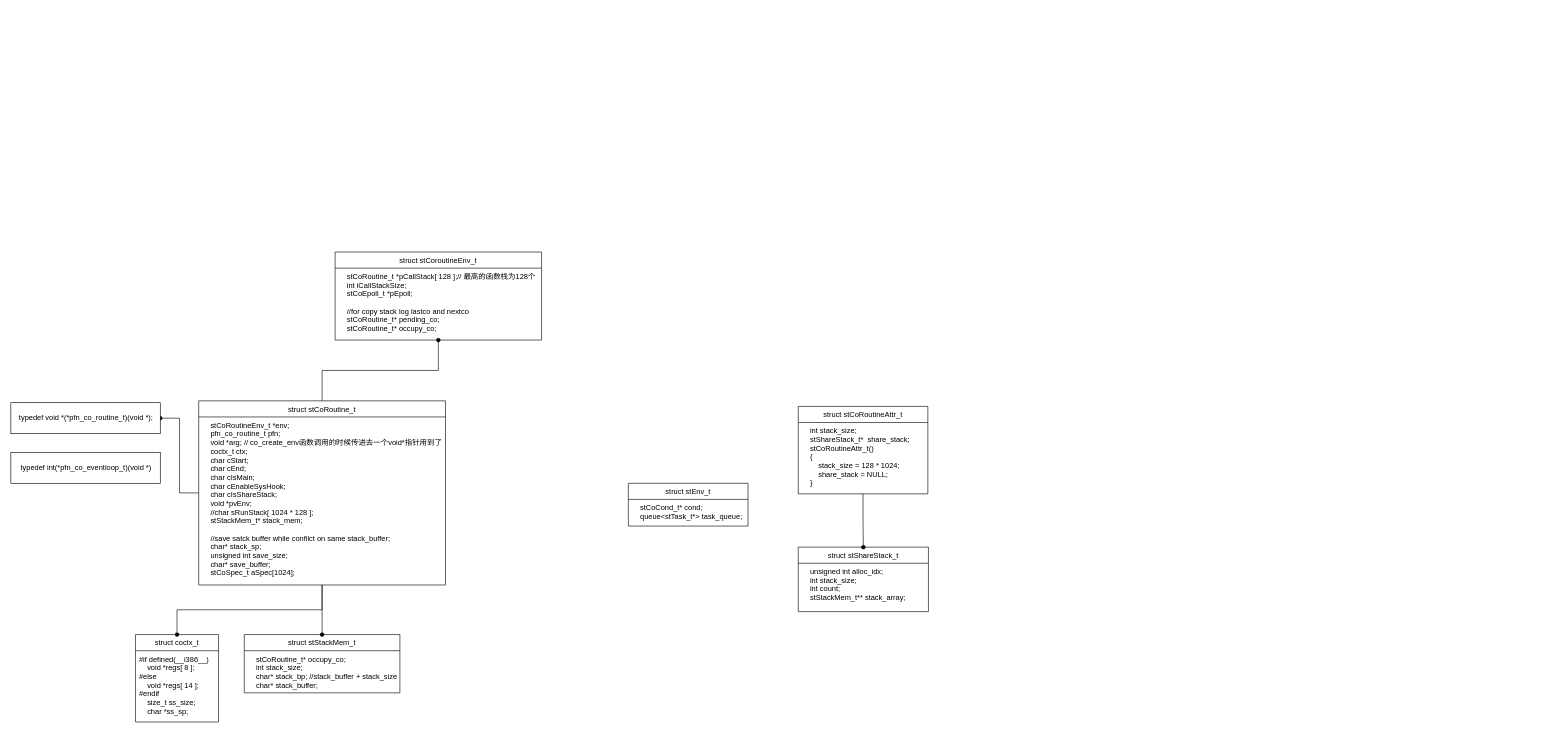
Above: _drawio/libco.drawio in tangjiahua/tangjiahua.github.io (draw.io), before the change. Source tidied: cells renumbered, new cells numbered last; positions are measured from the earlier drawing's top-left corner, leaving out a move shared by most shapes. Both pictures are drawn from the tidied source at 62%, with x=0, y=0 at pixel (11, 252).
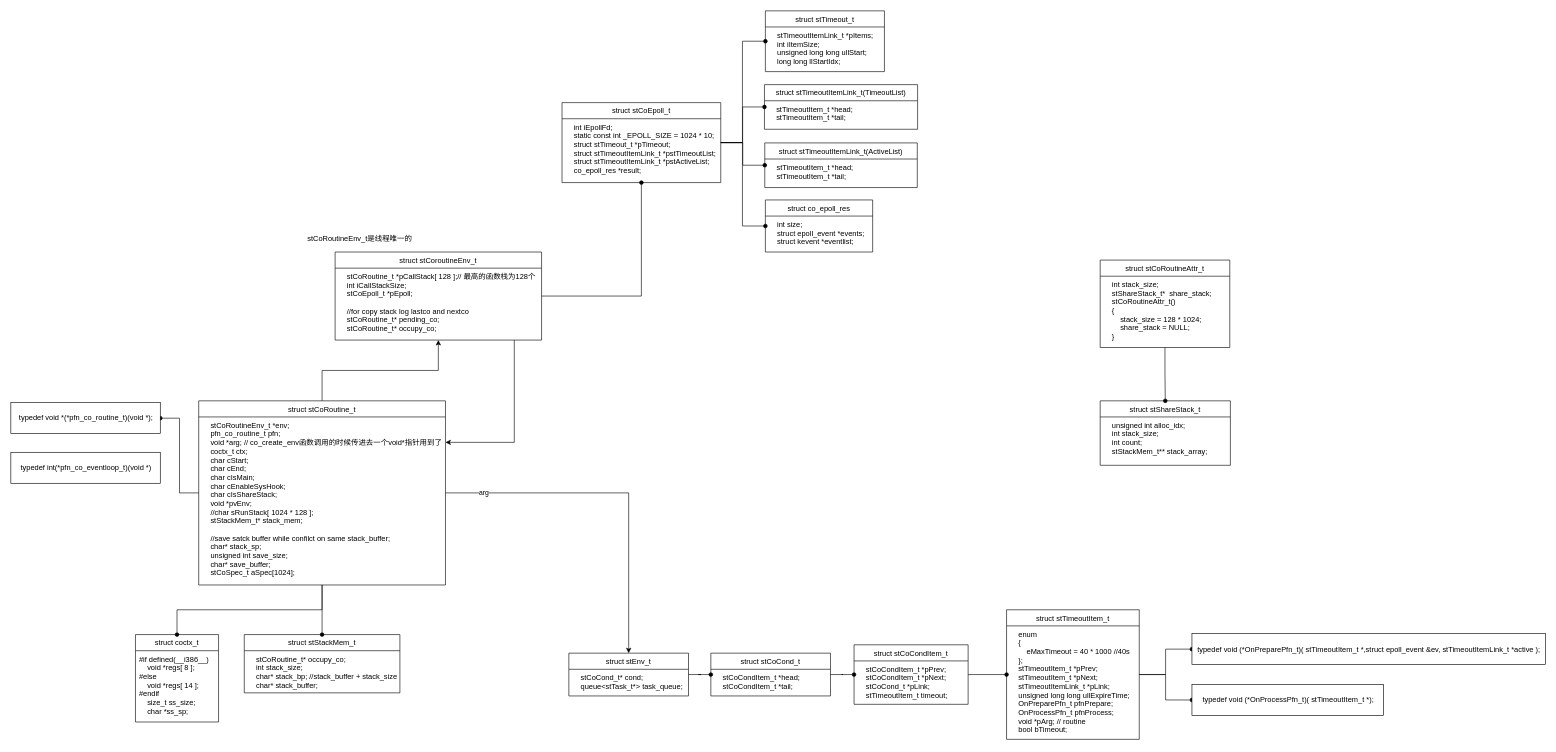
Above is the later version.

Unchanged cells that the change refers to:
```xml
<mxCell id="2" value="struct stCoroutineEnv_t" style="swimlane;fontStyle=0;horizontal=1;startSize=26;fillColor=none;" parent="1" vertex="1">
  <mxGeometry x="523" width="333" height="142" as="geometry" />
</mxCell>
<mxCell id="8" value="struct stCoRoutine_t" style="swimlane;fontStyle=0;horizontal=1;startSize=26;fillColor=none;" parent="1" vertex="1">
  <mxGeometry x="303" y="240" width="398" height="297" as="geometry" />
</mxCell>
```

What changed in the source:
```diff
@@
+    <mxCell id="23" style="edgeStyle=orthogonalEdgeStyle;rounded=0;jettySize=auto;html=1;endArrow=oval;endFill=1;" parent="1" edge="1" source="2" target="32">
+      <mxGeometry relative="1" as="geometry" />
+    </mxCell>
+    <mxCell id="24" style="edgeStyle=orthogonalEdgeStyle;rounded=0;jettySize=auto;html=1;endArrow=classic;endFill=1;" parent="1" edge="1" source="2" target="8">
+      <mxGeometry relative="1" as="geometry">
+        <Array as="points">
+          <mxPoint x="812" y="307" />
+        </Array>
+      </mxGeometry>
+    </mxCell>
@@
-    <mxCell id="4" style="edgeStyle=orthogonalEdgeStyle;rounded=0;jettySize=auto;html=1;endArrow=oval;endFill=1;" parent="1" edge="1" source="8" target="2">
+    <mxCell id="4" style="edgeStyle=orthogonalEdgeStyle;rounded=0;jettySize=auto;html=1;endArrow=classic;endFill=1;" parent="1" edge="1" source="8" target="2">
       <mxGeometry relative="1" as="geometry" />
     </mxCell>
@@
+    <mxCell id="25" style="edgeStyle=orthogonalEdgeStyle;rounded=0;jettySize=auto;html=1;endArrow=classic;endFill=1;" parent="1" edge="1" source="8" target="21">
+      <mxGeometry relative="1" as="geometry" />
+    </mxCell>
+    <mxCell id="26" value="arg" style="edgeLabel;html=1;align=center;verticalAlign=middle;" parent="25" vertex="1">
+      <mxGeometry x="-0.78" y="1" relative="1" as="geometry" />
+    </mxCell>
@@
     <mxCell id="11" value="struct stCoRoutineAttr_t" style="swimlane;fontStyle=0;horizontal=1;startSize=26;fillColor=none;" parent="1" vertex="1">
-      <mxGeometry x="1270" y="249" width="209" height="141" as="geometry" />
+      <mxGeometry x="1757" y="13" width="209" height="141" as="geometry" />
     </mxCell>
@@
     <mxCell id="13" value="struct stShareStack_t" style="swimlane;fontStyle=0;horizontal=1;startSize=26;fillColor=none;" parent="1" vertex="1">
-      <mxGeometry x="1270" y="476" width="210" height="104" as="geometry" />
+      <mxGeometry x="1757" y="240" width="210" height="104" as="geometry" />
     </mxCell>
@@
+    <mxCell id="27" style="edgeStyle=orthogonalEdgeStyle;rounded=0;jettySize=auto;html=1;endArrow=oval;endFill=1;" parent="1" edge="1" source="21" target="44">
+      <mxGeometry relative="1" as="geometry" />
+    </mxCell>
     <mxCell id="21" value="struct stEnv_t" style="swimlane;fontStyle=0;horizontal=1;startSize=26;fillColor=none;" parent="1" vertex="1">
-      <mxGeometry x="996" y="373" width="193" height="69" as="geometry" />
+      <mxGeometry x="900" y="647" width="193" height="69" as="geometry" />
     </mxCell>
@@
+    <mxCell id="28" style="edgeStyle=orthogonalEdgeStyle;rounded=0;jettySize=auto;html=1;endArrow=oval;endFill=1;" parent="1" edge="1" source="32" target="34">
+      <mxGeometry relative="1" as="geometry">
+        <Array as="points">
+          <mxPoint x="1180" y="-176" />
+          <mxPoint x="1180" y="-340" />
+        </Array>
+      </mxGeometry>
+    </mxCell>
+    <mxCell id="29" style="edgeStyle=orthogonalEdgeStyle;rounded=0;jettySize=auto;html=1;endArrow=oval;endFill=1;" parent="1" edge="1" source="32" target="36">
+      <mxGeometry relative="1" as="geometry" />
+    </mxCell>
+    <mxCell id="30" style="edgeStyle=orthogonalEdgeStyle;rounded=0;jettySize=auto;html=1;endArrow=oval;endFill=1;" parent="1" edge="1" source="32" target="40">
+      <mxGeometry relative="1" as="geometry" />
+    </mxCell>
+    <mxCell id="31" style="edgeStyle=orthogonalEdgeStyle;rounded=0;jettySize=auto;html=1;endArrow=oval;endFill=1;" parent="1" edge="1" source="32" target="38">
+      <mxGeometry relative="1" as="geometry">
+        <Array as="points">
+          <mxPoint x="1180" y="-176" />
+          <mxPoint x="1180" y="-42" />
+        </Array>
+      </mxGeometry>
+    </mxCell>
+    <mxCell id="32" value="struct stCoEpoll_t" style="swimlane;fontStyle=0;horizontal=1;startSize=26;fillColor=none;" parent="1" vertex="1">
+      <mxGeometry x="889" y="-241" width="256" height="129" as="geometry" />
+    </mxCell>
+    <mxCell id="33" value="    int iEpollFd;&#10;    static const int _EPOLL_SIZE = 1024 * 10;&#10;    struct stTimeout_t *pTimeout;&#10;    struct stTimeoutItemLink_t *pstTimeoutList;&#10;    struct stTimeoutItemLink_t *pstActiveList;&#10;    co_epoll_res *result; " style="text;strokeColor=none;fillColor=none;align=left;verticalAlign=top;spacingLeft=4;spacingRight=4;overflow=hidden;" parent="32" vertex="1">
+      <mxGeometry y="26" width="256" height="103" as="geometry" />
+    </mxCell>
+    <mxCell id="34" value="struct stTimeout_t" style="swimlane;fontStyle=0;horizontal=1;startSize=26;fillColor=none;" parent="1" vertex="1">
+      <mxGeometry x="1217" y="-389" width="192" height="98" as="geometry" />
+    </mxCell>
+    <mxCell id="35" value="    stTimeoutItemLink_t *pItems;&#10;    int iItemSize;&#10;    unsigned long long ullStart;&#10;    long long llStartIdx;" style="text;strokeColor=none;fillColor=none;align=left;verticalAlign=top;spacingLeft=4;spacingRight=4;overflow=hidden;" parent="34" vertex="1">
+      <mxGeometry y="26" width="192" height="72" as="geometry" />
+    </mxCell>
+    <mxCell id="36" value="struct stTimeoutItemLink_t(TimeoutList)" style="swimlane;fontStyle=0;horizontal=1;startSize=26;fillColor=none;" parent="1" vertex="1">
+      <mxGeometry x="1215.5" y="-270" width="247" height="72" as="geometry" />
+    </mxCell>
+    <mxCell id="37" value="    stTimeoutItem_t *head;&#10;    stTimeoutItem_t *tail;" style="text;strokeColor=none;fillColor=none;align=left;verticalAlign=top;spacingLeft=4;spacingRight=4;overflow=hidden;" parent="36" vertex="1">
+      <mxGeometry y="26" width="247" height="46" as="geometry" />
+    </mxCell>
+    <mxCell id="38" value="struct co_epoll_res" style="swimlane;fontStyle=0;horizontal=1;startSize=26;fillColor=none;" parent="1" vertex="1">
+      <mxGeometry x="1217" y="-84" width="173" height="84" as="geometry" />
+    </mxCell>
+    <mxCell id="39" value="    int size;&#10;    struct epoll_event *events;&#10;    struct kevent *eventlist;" style="text;strokeColor=none;fillColor=none;align=left;verticalAlign=top;spacingLeft=4;spacingRight=4;overflow=hidden;" parent="38" vertex="1">
+      <mxGeometry y="26" width="173" height="58" as="geometry" />
+    </mxCell>
+    <mxCell id="40" value="struct stTimeoutItemLink_t(ActiveList)" style="swimlane;fontStyle=0;horizontal=1;startSize=26;fillColor=none;" parent="1" vertex="1">
+      <mxGeometry x="1216" y="-176" width="246" height="72" as="geometry" />
+    </mxCell>
+    <mxCell id="41" value="    stTimeoutItem_t *head;&#10;    stTimeoutItem_t *tail;" style="text;strokeColor=none;fillColor=none;align=left;verticalAlign=top;spacingLeft=4;spacingRight=4;overflow=hidden;" parent="40" vertex="1">
+      <mxGeometry y="26" width="246" height="46" as="geometry" />
+    </mxCell>
+    <mxCell id="42" value="stCoRoutineEnv_t是线程唯一的" style="text;html=1;strokeColor=none;fillColor=none;align=center;verticalAlign=middle;whiteSpace=wrap;rounded=0;" parent="1" vertex="1">
+      <mxGeometry x="474" y="-32" width="178" height="20" as="geometry" />
+    </mxCell>
+    <mxCell id="43" style="edgeStyle=orthogonalEdgeStyle;rounded=0;jettySize=auto;html=1;endArrow=oval;endFill=1;" parent="1" edge="1" source="44" target="47">
+      <mxGeometry relative="1" as="geometry" />
+    </mxCell>
+    <mxCell id="44" value="struct stCoCond_t" style="swimlane;fontStyle=0;horizontal=1;startSize=26;fillColor=none;" parent="1" vertex="1">
+      <mxGeometry x="1129" y="647" width="193" height="69" as="geometry" />
+    </mxCell>
+    <mxCell id="45" value="    stCoCondItem_t *head;&#10;    stCoCondItem_t *tail;" style="text;strokeColor=none;fillColor=none;align=left;verticalAlign=top;spacingLeft=4;spacingRight=4;overflow=hidden;" parent="44" vertex="1">
+      <mxGeometry y="26" width="193" height="43" as="geometry" />
+    </mxCell>
+    <mxCell id="46" style="edgeStyle=orthogonalEdgeStyle;rounded=0;jettySize=auto;html=1;endArrow=oval;endFill=1;" parent="1" edge="1" source="47" target="51">
+      <mxGeometry relative="1" as="geometry" />
+    </mxCell>
+    <mxCell id="47" value="struct stCoCondItem_t" style="swimlane;fontStyle=0;horizontal=1;startSize=26;fillColor=none;" parent="1" vertex="1">
+      <mxGeometry x="1360" y="633.5" width="184" height="96" as="geometry" />
+    </mxCell>
+    <mxCell id="48" value="    stCoCondItem_t *pPrev;&#10;    stCoCondItem_t *pNext;&#10;    stCoCond_t *pLink;&#10;    stTimeoutItem_t timeout;" style="text;strokeColor=none;fillColor=none;align=left;verticalAlign=top;spacingLeft=4;spacingRight=4;overflow=hidden;" parent="47" vertex="1">
+      <mxGeometry y="26" width="184" height="70" as="geometry" />
+    </mxCell>
+    <mxCell id="49" style="edgeStyle=orthogonalEdgeStyle;rounded=0;jettySize=auto;html=1;endArrow=oval;endFill=1;" parent="1" edge="1" source="51" target="53">
+      <mxGeometry relative="1" as="geometry" />
+    </mxCell>
+    <mxCell id="50" style="edgeStyle=orthogonalEdgeStyle;rounded=0;jettySize=auto;html=1;endArrow=oval;endFill=1;" parent="1" edge="1" source="51" target="54">
+      <mxGeometry relative="1" as="geometry" />
+    </mxCell>
+    <mxCell id="51" value="struct stTimeoutItem_t" style="swimlane;fontStyle=0;horizontal=1;startSize=26;fillColor=none;" parent="1" vertex="1">
+      <mxGeometry x="1606" y="577" width="214" height="209" as="geometry" />
+    </mxCell>
+    <mxCell id="52" value="    enum&#10;    {&#10;        eMaxTimeout = 40 * 1000 //40s&#10;    };&#10;    stTimeoutItem_t *pPrev;&#10;    stTimeoutItem_t *pNext;&#10;    stTimeoutItemLink_t *pLink;&#10;    unsigned long long ullExpireTime;&#10;    OnPreparePfn_t pfnPrepare;&#10;    OnProcessPfn_t pfnProcess;&#10;    void *pArg; // routine &#10;    bool bTimeout;" style="text;strokeColor=none;fillColor=none;align=left;verticalAlign=top;spacingLeft=4;spacingRight=4;overflow=hidden;" parent="51" vertex="1">
+      <mxGeometry y="26" width="214" height="183" as="geometry" />
+    </mxCell>
+    <mxCell id="53" value="&lt;div&gt;typedef void (*OnPreparePfn_t)( stTimeoutItem_t *,struct epoll_event &amp;amp;ev, stTimeoutItemLink_t *active );&lt;/div&gt;" style="html=1;" parent="1" vertex="1">
+      <mxGeometry x="1905" y="615.5" width="570" height="50" as="geometry" />
+    </mxCell>
+    <mxCell id="54" value="typedef void (*OnProcessPfn_t)( stTimeoutItem_t *);" style="html=1;" parent="1" vertex="1">
+      <mxGeometry x="1905" y="697.5" width="309" height="50" as="geometry" />
+    </mxCell>
```
